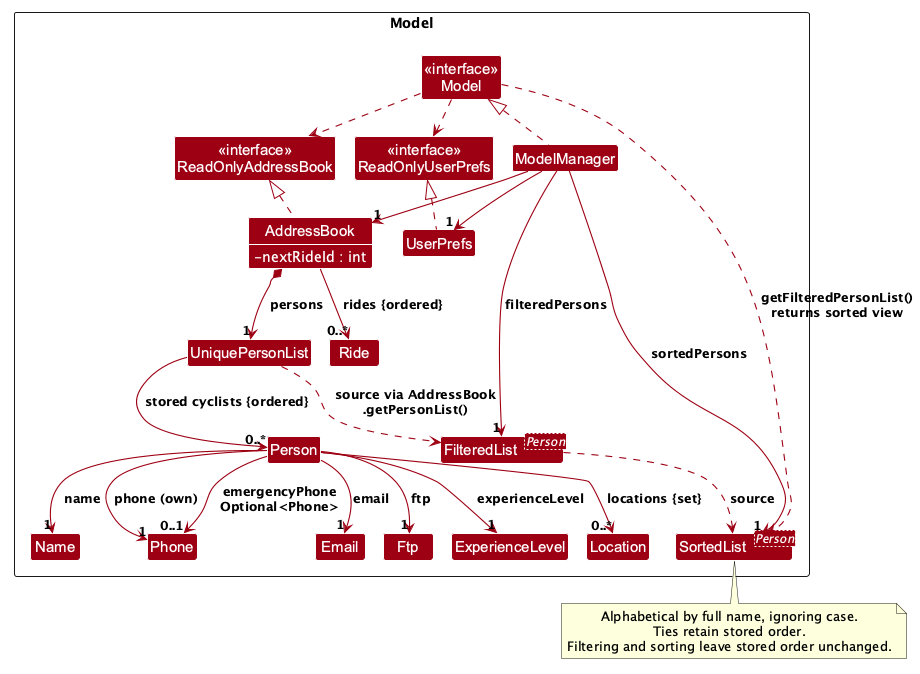
This is docs/images/ModelClassDiagram.png from AY2627S1-CS2103T-W11-1/tp, a PlantUML export, as it was before one commit.
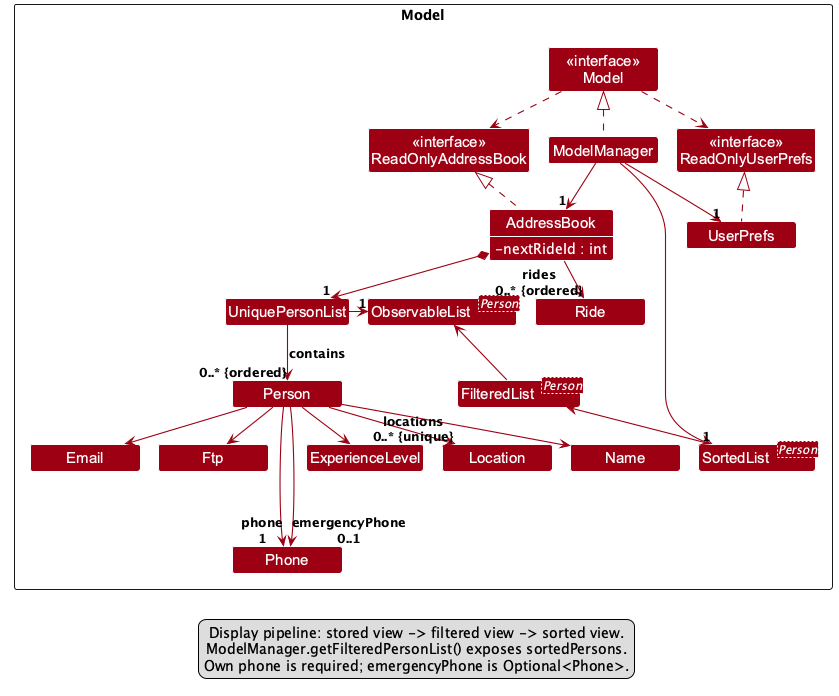
After the change.

Diff of the diagram source:
```diff
@@ -6,6 +6,7 @@
 skinparam classBackgroundColor MODEL_COLOR
 skinparam classAttributeFontColor #FFFFFF
 skinparam classAttributeIconSize 0
+skinparam minClassWidth 110
 
 package Model as ModelPackage <<Rectangle>> {
 class "<<interface>>\nModel" as Model
@@ -20,12 +21,13 @@
 class UniquePersonList
 class Person
 class Name
-class Phone
 class Email
 class Ftp
+class Phone
 class ExperienceLevel
 class Location
 class Ride
+class "ObservableList<Person>" as StoredPersons
 class "FilteredList<Person>" as FilteredPersons
 class "SortedList<Person>" as SortedPersons
 }
@@ -37,27 +39,27 @@
 Model ..> ReadOnlyUserPrefs
 ModelManager --> "1" AddressBook
 ModelManager --> "1" UserPrefs
-AddressBook *--> "1" UniquePersonList : persons
-AddressBook --> "0..*" Ride : rides {ordered}
-UniquePersonList --> "0..*" Person : stored cyclists {ordered}
+AddressBook *--> "1" UniquePersonList
+AddressBook --> "rides\n0..* {ordered}" Ride
+UniquePersonList --> "0..* {ordered}" Person : contains
 
-Person --> "1" Name : name
-Person --> "1" Phone : phone (own)
-Person --> "0..1" Phone : emergencyPhone\nOptional<Phone>
-Person --> "1" Email : email
-Person --> "1" Ftp : ftp
-Person --> "1" ExperienceLevel : experienceLevel
-Person --> "0..*" Location : locations {set}
+Person --> Name
+Person ----> "phone\n1" Phone
+Person ----> "emergencyPhone\n0..1" Phone
+Person --> Email
+Person --> Ftp
+Person --> ExperienceLevel
+Person --> "locations\n0..* {unique}" Location
 
-ModelManager --> "1" FilteredPersons : filteredPersons
-ModelManager --> "1" SortedPersons : sortedPersons
-UniquePersonList ..> FilteredPersons : source via AddressBook\n.getPersonList()
-FilteredPersons ..> SortedPersons : source
-Model ..> SortedPersons : getFilteredPersonList()\nreturns sorted view
+ModelManager --> "1" SortedPersons
+UniquePersonList -right-> "1" StoredPersons
+FilteredPersons -up-> StoredPersons
+SortedPersons -up-> FilteredPersons
 
-note bottom of SortedPersons
-  Alphabetical by full name, ignoring case.
-  Ties retain stored order.
-  Filtering and sorting leave stored order unchanged.
-end note
+
+legend bottom
+  Display pipeline: stored view -> filtered view -> sorted view.
+  ModelManager.getFilteredPersonList() exposes sortedPersons.
+  Own phone is required; emergencyPhone is Optional<Phone>.
+endlegend
 @enduml
```
